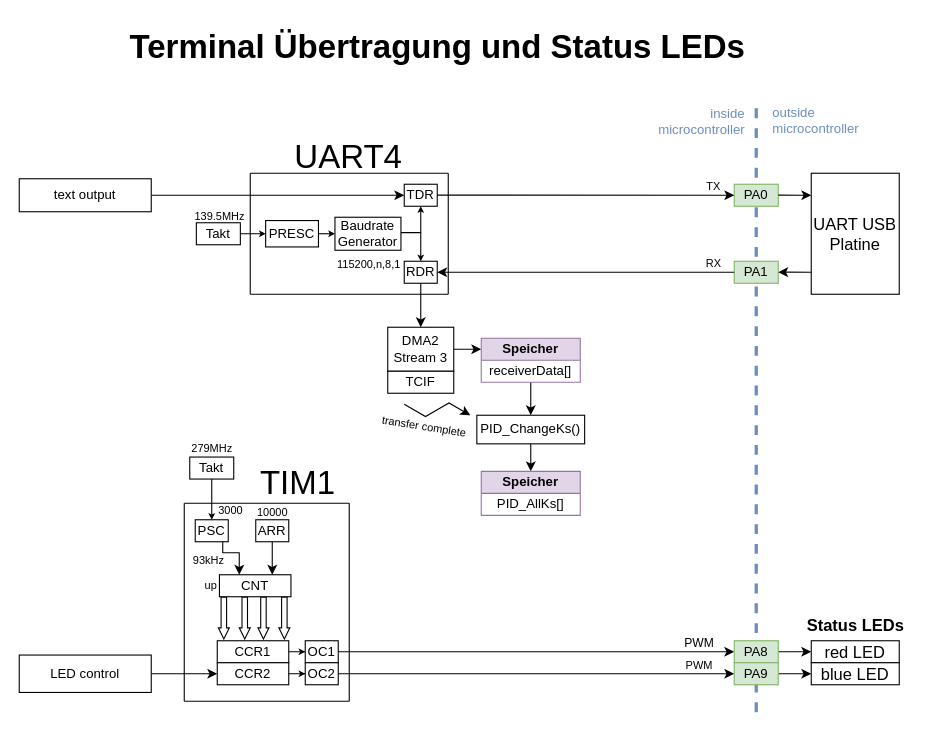
The draw.io diagram page "Terminal + Status" (5 of 5) of Dokumentation/Bilder/Softwarearchitektur/Softwarearchitektur.drawio in FrogMoment/FPV_Drohne_202324, before the edit. Source tidied: cells renumbered, new cells numbered last; positions are measured from the earlier drawing's top-left corner, leaving out a move shared by most shapes. Both pictures are drawn from the tidied source at 110%, with x=0, y=0 at pixel (19, 19).
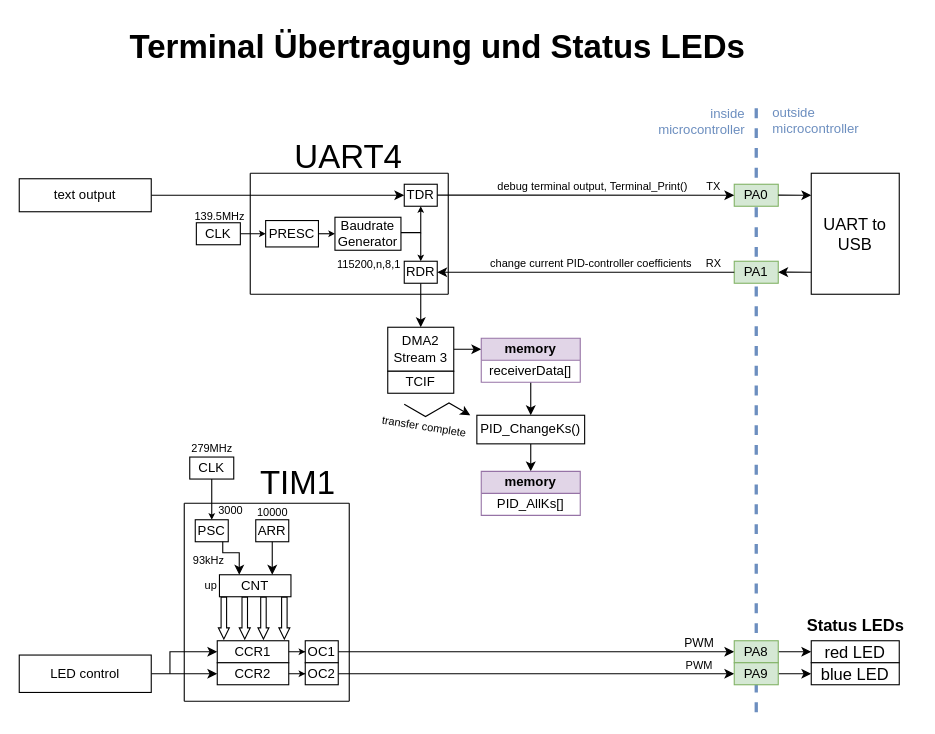
The same diagram, later.

Diff of the diagram source:
```diff
@@
-    <mxCell id="10" value="Takt" style="whiteSpace=wrap;html=1;" parent="1" vertex="1">
+    <mxCell id="10" value="CLK" style="whiteSpace=wrap;html=1;" parent="1" vertex="1">
       <mxGeometry x="161" y="185" width="40" height="20" as="geometry" />
     </mxCell>
@@
-    <mxCell id="22" value="&lt;font style=&quot;font-size: 15px;&quot;&gt;UART USB&lt;br&gt;Platine&lt;br&gt;&lt;/font&gt;" style="rounded=0;whiteSpace=wrap;html=1;" parent="1" vertex="1">
+    <mxCell id="22" value="&lt;font style=&quot;font-size: 15px;&quot;&gt;UART to USB&lt;br&gt;&lt;/font&gt;" style="rounded=0;whiteSpace=wrap;html=1;" parent="1" vertex="1">
       <mxGeometry x="720" y="140" width="80" height="110" as="geometry" />
     </mxCell>
@@
-    <mxCell id="33" value="&lt;b&gt;Speicher&lt;/b&gt;" style="swimlane;fontStyle=0;horizontal=1;startSize=20;whiteSpace=wrap;html=1;fillColor=#e1d5e7;strokeColor=#9673a6;" parent="1" vertex="1">
+    <mxCell id="33" value="&lt;b&gt;memory&lt;/b&gt;" style="swimlane;fontStyle=0;horizontal=1;startSize=20;whiteSpace=wrap;html=1;fillColor=#e1d5e7;strokeColor=#9673a6;" parent="1" vertex="1">
       <mxGeometry x="420" y="290" width="90" height="40" as="geometry" />
     </mxCell>
@@
-    <mxCell id="39" value="&lt;b&gt;Speicher&lt;/b&gt;" style="swimlane;fontStyle=0;horizontal=1;startSize=20;whiteSpace=wrap;html=1;fillColor=#e1d5e7;strokeColor=#9673a6;" parent="1" vertex="1">
+    <mxCell id="39" value="&lt;b&gt;memory&lt;/b&gt;" style="swimlane;fontStyle=0;horizontal=1;startSize=20;whiteSpace=wrap;html=1;fillColor=#e1d5e7;strokeColor=#9673a6;" parent="1" vertex="1">
       <mxGeometry x="420" y="411" width="90" height="40" as="geometry" />
     </mxCell>
@@
-    <mxCell id="46" value="Takt" style="whiteSpace=wrap;html=1;" parent="1" vertex="1">
+    <mxCell id="46" value="CLK" style="whiteSpace=wrap;html=1;" parent="1" vertex="1">
       <mxGeometry x="155" y="398" width="40" height="20" as="geometry" />
     </mxCell>
@@
+    <mxCell id="86" value="&lt;font style=&quot;font-size: 10px;&quot;&gt;debug terminal output, Terminal_Print()&lt;/font&gt;" style="text;html=1;align=center;verticalAlign=middle;strokeColor=none;fillColor=none;" parent="1" vertex="1">
+      <mxGeometry x="421" y="137" width="200" height="30" as="geometry" />
+    </mxCell>
+    <mxCell id="87" value="&lt;font style=&quot;font-size: 10px;&quot;&gt;change current PID-controller coefficients&amp;nbsp;&lt;/font&gt;" style="text;html=1;align=center;verticalAlign=middle;strokeColor=none;fillColor=none;" parent="1" vertex="1">
+      <mxGeometry x="416" y="207" width="210" height="30" as="geometry" />
+    </mxCell>
+    <mxCell id="88" style="endArrow=classic;html=1;rounded=0;" parent="1" edge="1">
+      <mxGeometry relative="1" as="geometry">
+        <mxPoint x="137" y="595" as="sourcePoint" />
+        <mxPoint x="180" y="575" as="targetPoint" />
+        <Array as="points">
+          <mxPoint x="137" y="575" />
+        </Array>
+      </mxGeometry>
+    </mxCell>
```
